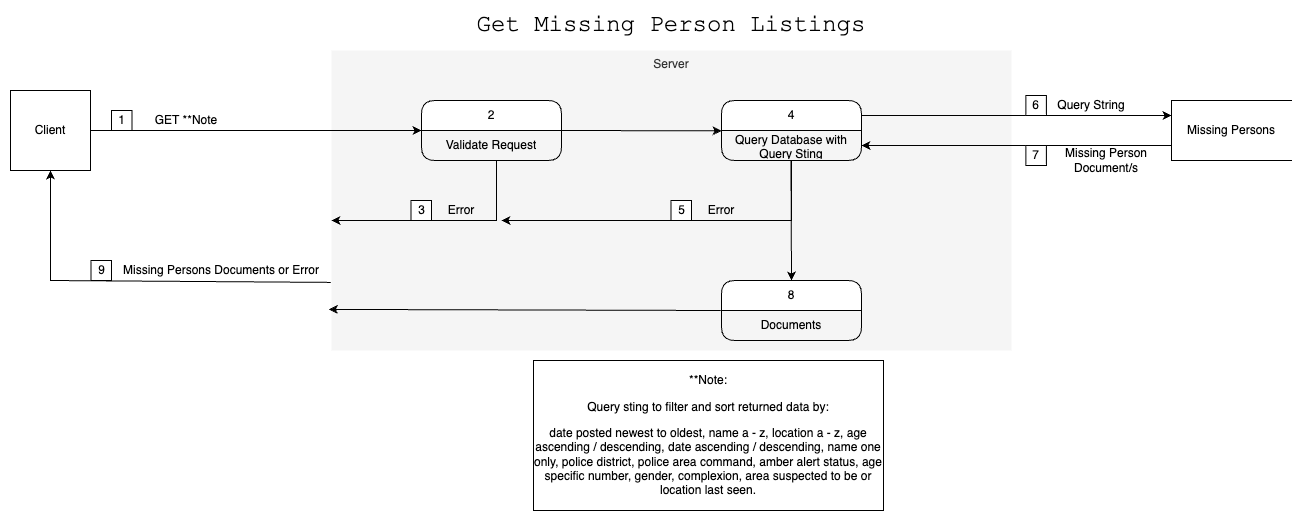
Sarah-Connie/T3A2-A keeps this draw.io diagram as docs/data-flow-diagrams/get-missing-person-dfd.png. Above is the earlier version. Source tidied: cells renumbered, new cells last; positions are measured from the earlier drawing's top-left corner, leaving out a move shared by most shapes. Its diagram source:
```xml
<mxGraphModel>
  <root>
    <mxCell id="0" />
    <mxCell id="1" parent="0" />
    <mxCell id="2" value="Server" style="rounded=0;whiteSpace=wrap;html=1;verticalAlign=top;fillColor=#f5f5f5;fontColor=#333333;strokeColor=none;dashed=1;dashPattern=1 4;" parent="1" vertex="1">
      <mxGeometry x="321" y="40" width="680" height="300" as="geometry" />
    </mxCell>
    <mxCell id="3" value="&lt;font face=&quot;Courier New&quot; style=&quot;font-size: 24px;&quot;&gt;Get Missing Person Listings&lt;br&gt;&lt;/font&gt;" style="text;html=1;strokeColor=none;fillColor=none;align=center;verticalAlign=middle;whiteSpace=wrap;rounded=0;" parent="1" vertex="1">
      <mxGeometry x="411" width="500" height="30" as="geometry" />
    </mxCell>
    <mxCell id="4" value="1" style="html=1;whiteSpace=wrap;" parent="1" vertex="1">
      <mxGeometry x="101" y="100" width="20.5" height="20" as="geometry" />
    </mxCell>
    <mxCell id="5" value="Client" style="whiteSpace=wrap;html=1;" parent="1" vertex="1">
      <mxGeometry y="80" width="80" height="80" as="geometry" />
    </mxCell>
    <mxCell id="6" style="endArrow=classic;html=1;rounded=0;exitX=1;exitY=0.5;exitDx=0;exitDy=0;entryX=0;entryY=0;entryDx=0;entryDy=0;entryPerimeter=0;" parent="1" edge="1" source="5" target="8">
      <mxGeometry relative="1" as="geometry" />
    </mxCell>
    <mxCell id="7" value="2" style="swimlane;fontStyle=0;horizontal=1;startSize=30;whiteSpace=wrap;html=1;rounded=1;" parent="1" vertex="1">
      <mxGeometry x="411" y="90" width="140" height="60" as="geometry" />
    </mxCell>
    <mxCell id="8" value="Validate Request" style="text;strokeColor=none;fillColor=none;align=center;verticalAlign=middle;spacingLeft=4;spacingRight=4;overflow=hidden;points=[[0,0.5],[1,0.5]];portConstraint=eastwest;whiteSpace=wrap;html=1;" parent="7" vertex="1">
      <mxGeometry y="30" width="140" height="30" as="geometry" />
    </mxCell>
    <mxCell id="9" value="Missing Persons" style="shape=partialRectangle;whiteSpace=wrap;html=1;bottom=1;right=0;left=1;top=1;fillColor=none;routingCenterX=-0.5;" parent="1" vertex="1">
      <mxGeometry x="1161" y="90" width="120" height="60" as="geometry" />
    </mxCell>
    <mxCell id="10" value="Error" style="text;html=1;strokeColor=none;fillColor=none;align=center;verticalAlign=middle;whiteSpace=wrap;rounded=0;" parent="1" vertex="1">
      <mxGeometry x="421" y="185" width="60" height="30" as="geometry" />
    </mxCell>
    <mxCell id="11" value="3" style="html=1;whiteSpace=wrap;" parent="1" vertex="1">
      <mxGeometry x="400.5" y="190" width="20.5" height="20" as="geometry" />
    </mxCell>
    <mxCell id="12" style="endArrow=classic;html=1;rounded=0;exitX=0.536;exitY=1;exitDx=0;exitDy=0;exitPerimeter=0;" parent="1" edge="1" source="8">
      <mxGeometry relative="1" as="geometry">
        <mxPoint x="321" y="210" as="targetPoint" />
        <Array as="points">
          <mxPoint x="486" y="210" />
        </Array>
      </mxGeometry>
    </mxCell>
    <mxCell id="13" style="endArrow=classic;html=1;rounded=0;exitX=1;exitY=0.5;exitDx=0;exitDy=0;entryX=0;entryY=0.011;entryDx=0;entryDy=0;entryPerimeter=0;" parent="1" edge="1" source="7" target="15">
      <mxGeometry relative="1" as="geometry" />
    </mxCell>
    <mxCell id="14" value="4" style="swimlane;fontStyle=0;horizontal=1;startSize=30;whiteSpace=wrap;html=1;rounded=1;" parent="1" vertex="1">
      <mxGeometry x="711" y="90" width="140" height="60" as="geometry" />
    </mxCell>
    <mxCell id="15" value="Query Database with Query Sting" style="text;strokeColor=none;fillColor=none;align=center;verticalAlign=middle;spacingLeft=4;spacingRight=4;overflow=hidden;points=[[0,0.5],[1,0.5]];portConstraint=eastwest;whiteSpace=wrap;html=1;" parent="14" vertex="1">
      <mxGeometry y="30" width="140" height="30" as="geometry" />
    </mxCell>
    <mxCell id="16" style="endArrow=classic;html=1;rounded=0;entryX=0;entryY=0.25;entryDx=0;entryDy=0;exitX=1;exitY=0.25;exitDx=0;exitDy=0;" parent="1" edge="1" source="14" target="9">
      <mxGeometry relative="1" as="geometry" />
    </mxCell>
    <mxCell id="17" style="endArrow=classic;html=1;rounded=0;exitX=0;exitY=0.75;exitDx=0;exitDy=0;entryX=1;entryY=0.5;entryDx=0;entryDy=0;" parent="1" edge="1" source="9" target="15">
      <mxGeometry relative="1" as="geometry" />
    </mxCell>
    <mxCell id="18" value="Error" style="text;html=1;strokeColor=none;fillColor=none;align=center;verticalAlign=middle;whiteSpace=wrap;rounded=0;" parent="1" vertex="1">
      <mxGeometry x="681" y="185" width="60" height="30" as="geometry" />
    </mxCell>
    <mxCell id="19" value="5" style="html=1;whiteSpace=wrap;" parent="1" vertex="1">
      <mxGeometry x="660.5" y="190" width="20.5" height="20" as="geometry" />
    </mxCell>
    <mxCell id="20" value="Query String" style="text;html=1;strokeColor=none;fillColor=none;align=center;verticalAlign=middle;whiteSpace=wrap;rounded=0;" parent="1" vertex="1">
      <mxGeometry x="1041" y="80" width="80" height="30" as="geometry" />
    </mxCell>
    <mxCell id="21" value="Missing Person Document/s" style="text;html=1;strokeColor=none;fillColor=none;align=center;verticalAlign=middle;whiteSpace=wrap;rounded=0;" parent="1" vertex="1">
      <mxGeometry x="1041" y="135" width="110" height="30" as="geometry" />
    </mxCell>
    <mxCell id="22" value="7" style="html=1;whiteSpace=wrap;" parent="1" vertex="1">
      <mxGeometry x="1015.4" y="135" width="20.5" height="20" as="geometry" />
    </mxCell>
    <mxCell id="23" value="6" style="html=1;whiteSpace=wrap;" parent="1" vertex="1">
      <mxGeometry x="1015.4" y="85" width="20.5" height="20" as="geometry" />
    </mxCell>
    <mxCell id="24" style="endArrow=classic;html=1;rounded=0;entryX=0.5;entryY=1;entryDx=0;entryDy=0;exitX=-0.001;exitY=0.773;exitDx=0;exitDy=0;exitPerimeter=0;" parent="1" edge="1" source="2" target="5">
      <mxGeometry relative="1" as="geometry">
        <Array as="points">
          <mxPoint x="40" y="270" />
        </Array>
      </mxGeometry>
    </mxCell>
    <mxCell id="25" value="Missing Persons Documents or Error" style="text;html=1;strokeColor=none;fillColor=none;align=center;verticalAlign=middle;whiteSpace=wrap;rounded=0;" parent="1" vertex="1">
      <mxGeometry x="111" y="245" width="200" height="30" as="geometry" />
    </mxCell>
    <mxCell id="26" value="9" style="html=1;whiteSpace=wrap;" parent="1" vertex="1">
      <mxGeometry x="80.5" y="250" width="20.5" height="20" as="geometry" />
    </mxCell>
    <mxCell id="27" value="GET **Note" style="text;html=1;strokeColor=none;fillColor=none;align=center;verticalAlign=middle;whiteSpace=wrap;rounded=0;" parent="1" vertex="1">
      <mxGeometry x="131" y="95" width="90" height="30" as="geometry" />
    </mxCell>
    <mxCell id="28" value="&lt;p&gt;**Note:&lt;/p&gt;&lt;p&gt;Query sting to filter and sort returned data by:&lt;/p&gt;&lt;p&gt;date posted newest to oldest,&amp;nbsp;name a - z, location a - z, age ascending / descending, date ascending / descending, name one only, police district, police area command, amber alert status, age specific number, gender, complexion, area suspected to be or location last seen.&lt;/p&gt;" style="rounded=0;whiteSpace=wrap;html=1;" parent="1" vertex="1">
      <mxGeometry x="523" y="350" width="350" height="150" as="geometry" />
    </mxCell>
    <mxCell id="29" style="endArrow=classic;html=1;rounded=0;" parent="1" edge="1">
      <mxGeometry relative="1" as="geometry">
        <mxPoint x="781" y="150" as="sourcePoint" />
        <mxPoint x="491" y="210" as="targetPoint" />
        <Array as="points">
          <mxPoint x="781" y="210" />
        </Array>
      </mxGeometry>
    </mxCell>
    <mxCell id="30" value="8" style="swimlane;fontStyle=0;horizontal=1;startSize=30;whiteSpace=wrap;html=1;rounded=1;" parent="1" vertex="1">
      <mxGeometry x="711" y="270" width="140" height="60" as="geometry" />
    </mxCell>
    <mxCell id="31" value="Documents" style="text;strokeColor=none;fillColor=none;align=center;verticalAlign=middle;spacingLeft=4;spacingRight=4;overflow=hidden;points=[[0,0.5],[1,0.5]];portConstraint=eastwest;whiteSpace=wrap;html=1;" parent="30" vertex="1">
      <mxGeometry y="30" width="140" height="30" as="geometry" />
    </mxCell>
    <mxCell id="32" style="endArrow=classic;html=1;rounded=0;" parent="1" edge="1">
      <mxGeometry relative="1" as="geometry">
        <mxPoint x="780.5" y="150" as="sourcePoint" />
        <mxPoint x="781" y="270" as="targetPoint" />
      </mxGeometry>
    </mxCell>
    <mxCell id="33" style="endArrow=classic;html=1;rounded=0;exitX=-0.005;exitY=0;exitDx=0;exitDy=0;exitPerimeter=0;entryX=-0.004;entryY=0.863;entryDx=0;entryDy=0;entryPerimeter=0;" parent="1" edge="1" source="31" target="2">
      <mxGeometry relative="1" as="geometry" />
    </mxCell>
  </root>
</mxGraphModel>
```
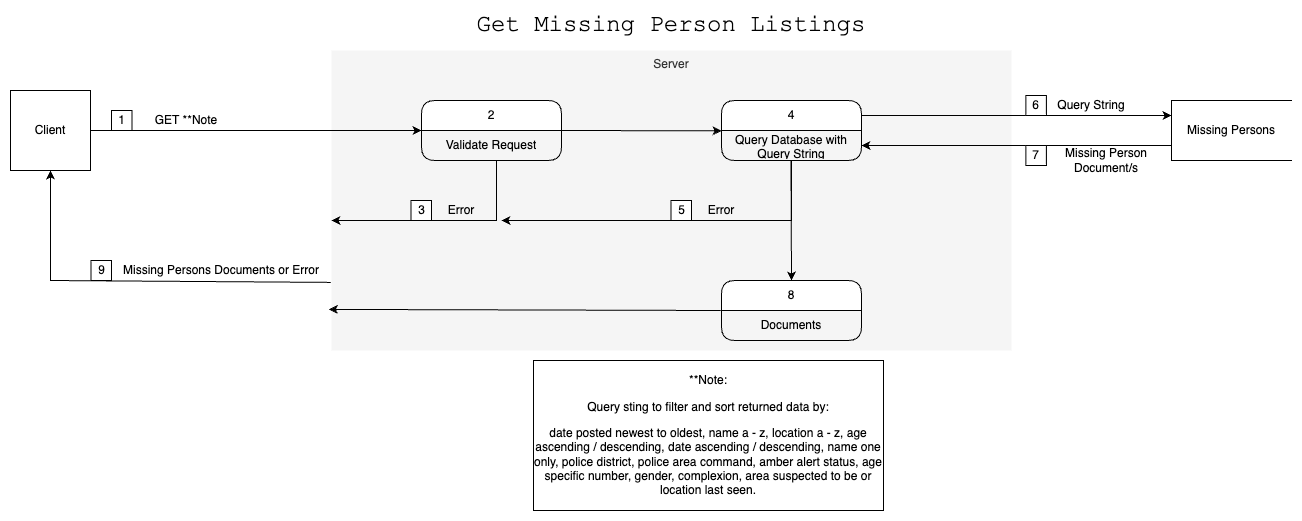
Later version of the same file.

Commit message:
docs: fixed typo in Get Missing Peron Listing DFD

The edit, as a diff of the source:
```diff
@@ -46,7 +46,7 @@
     <mxCell id="14" value="4" style="swimlane;fontStyle=0;horizontal=1;startSize=30;whiteSpace=wrap;html=1;rounded=1;" parent="1" vertex="1">
       <mxGeometry x="711" y="90" width="140" height="60" as="geometry" />
     </mxCell>
-    <mxCell id="15" value="Query Database with Query Sting" style="text;strokeColor=none;fillColor=none;align=center;verticalAlign=middle;spacingLeft=4;spacingRight=4;overflow=hidden;points=[[0,0.5],[1,0.5]];portConstraint=eastwest;whiteSpace=wrap;html=1;" parent="14" vertex="1">
+    <mxCell id="15" value="Query Database with Query String" style="text;strokeColor=none;fillColor=none;align=center;verticalAlign=middle;spacingLeft=4;spacingRight=4;overflow=hidden;points=[[0,0.5],[1,0.5]];portConstraint=eastwest;whiteSpace=wrap;html=1;" parent="14" vertex="1">
       <mxGeometry y="30" width="140" height="30" as="geometry" />
     </mxCell>
     <mxCell id="16" style="endArrow=classic;html=1;rounded=0;entryX=0;entryY=0.25;entryDx=0;entryDy=0;exitX=1;exitY=0.25;exitDx=0;exitDy=0;" parent="1" edge="1" source="14" target="9">
```
